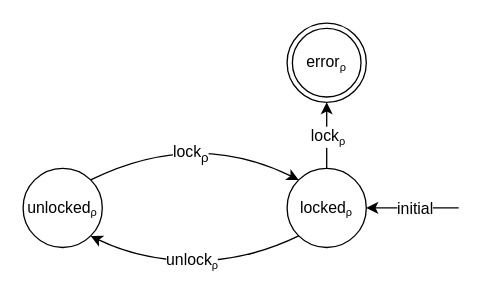
This is algorithm/figures/double-lock-long-term.drawio from andersfischernielsen/Finding-Resource-Manipulation-Bugs-with-Monitor-Automata-on-the-Example-of-the-Linux-Kernel, a draw.io file, before an edit. Source tidied: cells renumbered, new cells numbered last; positions are measured from the earlier drawing's top-left corner, leaving out a move shared by most shapes. Both pictures are drawn from the tidied source at 132%, with x=0, y=0 at pixel (22, 22).
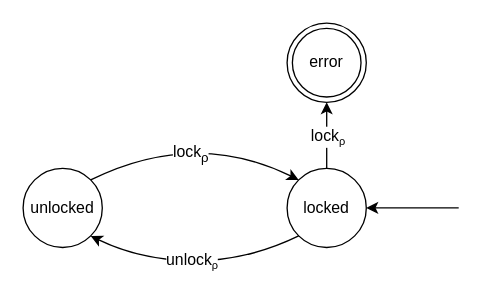
The same page after the edit.

What changed in the source:
```diff
@@
 <mxGraphModel>
   <root>
     <mxCell id="0" />
     <mxCell id="1" parent="0" />
-    <mxCell id="2" value="unlocked&lt;span style=&quot;font-size: 10px&quot;&gt;&lt;sub&gt;ρ&lt;/sub&gt;&lt;/span&gt;" style="ellipse;whiteSpace=wrap;html=1;" parent="1" vertex="1">
+    <mxCell id="2" value="unlocked" style="ellipse;whiteSpace=wrap;html=1;" parent="1" vertex="1">
       <mxGeometry y="110" width="60" height="60" as="geometry" />
     </mxCell>
     <mxCell id="3" style="endArrow=classic;html=1;entryX=1;entryY=0.5;entryDx=0;entryDy=0;" parent="1" edge="1" target="7">
       <mxGeometry relative="1" as="geometry">
         <mxPoint x="330" y="140" as="sourcePoint" />
       </mxGeometry>
     </mxCell>
-    <mxCell id="4" value="initial" style="text;html=1;align=center;verticalAlign=middle;labelBackgroundColor=#ffffff;" parent="3" vertex="1">
-      <mxGeometry x="-0.73" y="-1" relative="1" as="geometry">
-        <mxPoint x="-24.5" y="1" as="offset" />
-      </mxGeometry>
-    </mxCell>
     <mxCell id="5" style="endArrow=classic;html=1;exitX=0.5;exitY=0;exitDx=0;exitDy=0;entryX=0.5;entryY=1;entryDx=0;entryDy=0;" parent="1" edge="1">
       <mxGeometry relative="1" as="geometry">
         <mxPoint x="230" y="110" as="sourcePoint" />
         <mxPoint x="230" y="60" as="targetPoint" />
       </mxGeometry>
     </mxCell>
     <mxCell id="6" value="lock&lt;span style=&quot;font-size: 10px&quot;&gt;&lt;sub&gt;ρ&lt;/sub&gt;&lt;/span&gt;" style="text;html=1;align=center;verticalAlign=middle;labelBackgroundColor=#ffffff;" parent="5" vertex="1">
       <mxGeometry x="0.48" y="-2" relative="1" as="geometry">
         <mxPoint x="-2" y="12" as="offset" />
       </mxGeometry>
     </mxCell>
-    <mxCell id="7" value="locked&lt;span style=&quot;font-size: 10px&quot;&gt;&lt;sub&gt;ρ&lt;/sub&gt;&lt;/span&gt;" style="ellipse;whiteSpace=wrap;html=1;" parent="1" vertex="1">
+    <mxCell id="7" value="locked" style="ellipse;whiteSpace=wrap;html=1;" parent="1" vertex="1">
       <mxGeometry x="200" y="110" width="60" height="60" as="geometry" />
     </mxCell>
     <mxCell id="8" style="curved=1;endArrow=classic;html=1;exitX=1;exitY=0;exitDx=0;exitDy=0;entryX=0;entryY=0;entryDx=0;entryDy=0;" parent="1" edge="1" source="2" target="7">
       <mxGeometry relative="1" as="geometry">
         <Array as="points">
           <mxPoint x="130" y="80" />
         </Array>
       </mxGeometry>
     </mxCell>
     <mxCell id="9" value="&lt;div&gt;lock&lt;sub&gt;ρ&lt;/sub&gt;&lt;/div&gt;" style="text;html=1;align=center;verticalAlign=middle;labelBackgroundColor=#ffffff;" parent="8" vertex="1">
       <mxGeometry x="-0.14" y="-15" relative="1" as="geometry" />
     </mxCell>
     <mxCell id="10" style="curved=1;endArrow=classic;html=1;entryX=1;entryY=1;entryDx=0;entryDy=0;exitX=0;exitY=1;exitDx=0;exitDy=0;" parent="1" edge="1" source="7" target="2">
       <mxGeometry relative="1" as="geometry">
         <Array as="points">
           <mxPoint x="170" y="180" />
           <mxPoint x="90" y="180" />
         </Array>
       </mxGeometry>
     </mxCell>
     <mxCell id="11" value="unlock&lt;span style=&quot;font-size: 10px&quot;&gt;&lt;sub&gt;ρ&lt;/sub&gt;&lt;/span&gt;" style="text;html=1;align=center;verticalAlign=middle;labelBackgroundColor=#ffffff;" parent="10" vertex="1">
       <mxGeometry x="0.04" y="-1" relative="1" as="geometry" />
     </mxCell>
-    <mxCell id="12" value="error&lt;span style=&quot;font-size: 10px&quot;&gt;&lt;sub&gt;ρ&lt;/sub&gt;&lt;/span&gt;" style="ellipse;shape=doubleEllipse;whiteSpace=wrap;html=1;" parent="1" vertex="1">
+    <mxCell id="12" value="error" style="ellipse;shape=doubleEllipse;whiteSpace=wrap;html=1;" parent="1" vertex="1">
       <mxGeometry x="200" width="60" height="60" as="geometry" />
     </mxCell>
   </root>
 </mxGraphModel>
```
